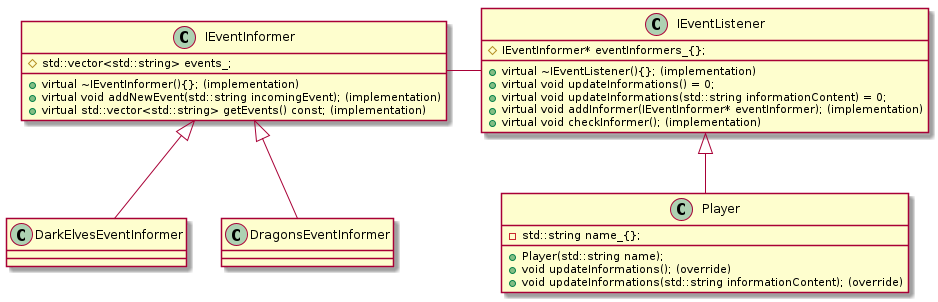
Before: noObserver/uml/umlNoObserver.png, a diagram exported from PlantUML (DamiXioR/observer-pattern-cpp).
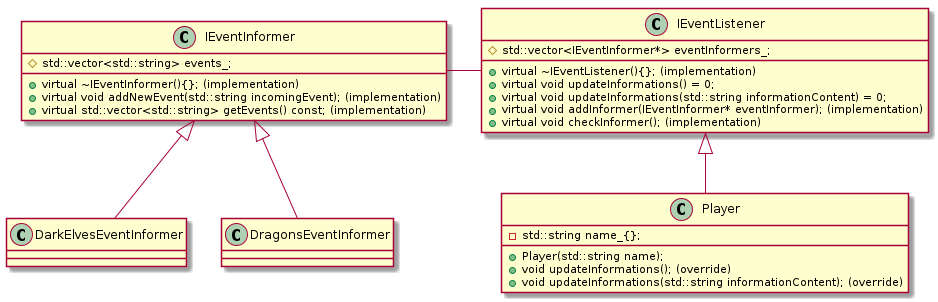
The same file after the commit.

Commit message:
fix uml diagram

The edit, as a diff of the source:
```diff
@@ -25,7 +25,7 @@
     +virtual void addInformer(IEventInformer* eventInformer); (implementation)
     +virtual void checkInformer(); (implementation)
 
-    #IEventInformer* eventInformers_{};
+    #std::vector<IEventInformer*> eventInformers_;
 }
 
 class Player {
```
